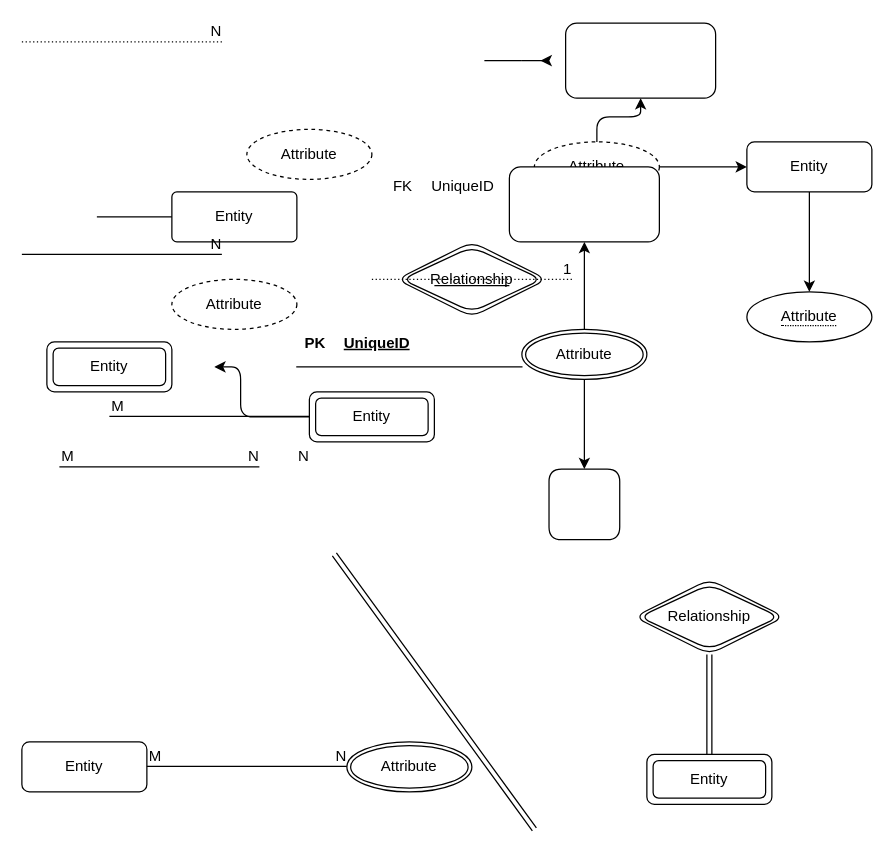
This is diag1.drawio from DataCrazyTexan/Projects, a draw.io file, before an edit. Source tidied: cells renumbered, new cells numbered last; positions are measured from the earlier drawing's top-left corner, leaving out a move shared by most shapes. Both pictures are drawn from the tidied source at 125%, with x=0, y=0 at pixel (21, 22).
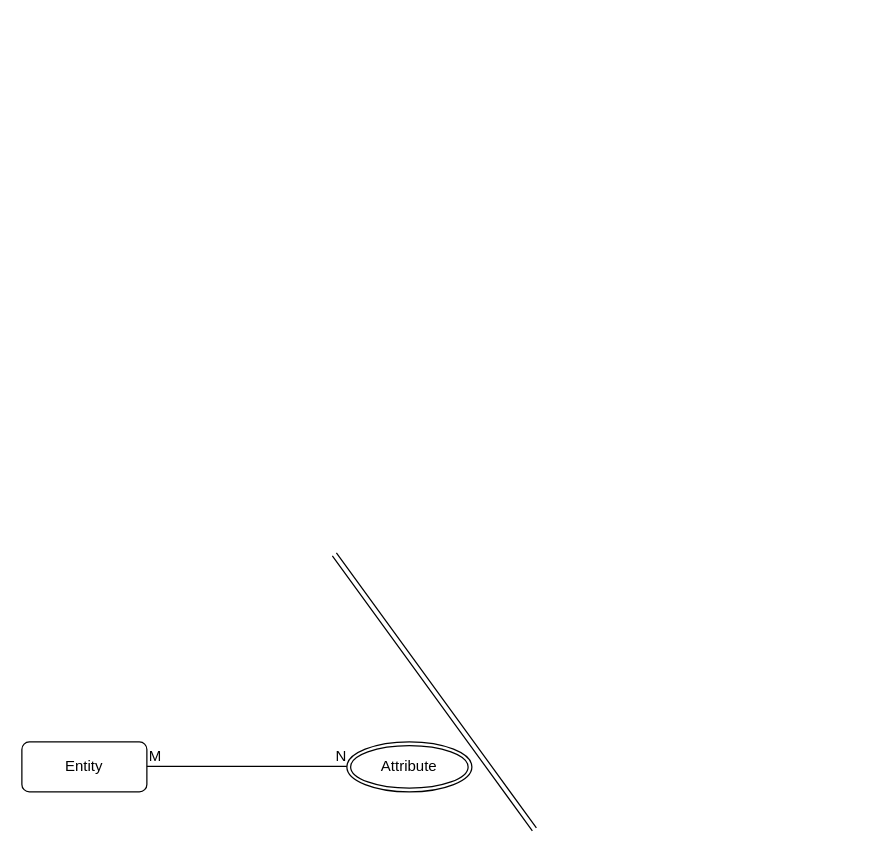
The same page after the edit.

Change to the diagram source:
```diff
@@
-    <mxCell id="2" value="Relationship" style="shape=rhombus;double=1;perimeter=rhombusPerimeter;whiteSpace=wrap;html=1;align=center;rounded=1;" parent="1" vertex="1">
-      <mxGeometry x="300" y="175" width="120" height="60" as="geometry" />
-    </mxCell>
-    <mxCell id="3" value="&lt;span style=&quot;border-bottom: 1px dotted&quot;&gt;Attribute&lt;/span&gt;" style="ellipse;whiteSpace=wrap;html=1;align=center;rounded=1;" parent="1" vertex="1">
-      <mxGeometry x="580" y="215" width="100" height="40" as="geometry" />
-    </mxCell>
-    <mxCell id="4" style="edgeStyle=orthogonalEdgeStyle;jettySize=auto;html=1;" parent="1" edge="1" source="6" target="13">
-      <mxGeometry relative="1" as="geometry" />
-    </mxCell>
-    <mxCell id="5" style="edgeStyle=orthogonalEdgeStyle;rounded=1;jettySize=auto;html=1;" parent="1" edge="1" source="6" target="34">
-      <mxGeometry relative="1" as="geometry" />
-    </mxCell>
-    <mxCell id="6" value="Attribute" style="ellipse;whiteSpace=wrap;html=1;align=center;dashed=1;rounded=1;" parent="1" vertex="1">
-      <mxGeometry x="410" y="95" width="100" height="40" as="geometry" />
-    </mxCell>
-    <mxCell id="7" value="Attribute" style="ellipse;whiteSpace=wrap;html=1;align=center;dashed=1;rounded=1;" parent="1" vertex="1">
-      <mxGeometry x="180" y="85" width="100" height="40" as="geometry" />
-    </mxCell>
-    <mxCell id="8" value="Attribute" style="ellipse;whiteSpace=wrap;html=1;align=center;dashed=1;rounded=1;" parent="1" vertex="1">
-      <mxGeometry x="120" y="205" width="100" height="40" as="geometry" />
-    </mxCell>
-    <mxCell id="9" style="edgeStyle=orthogonalEdgeStyle;jettySize=auto;html=1;targetPerimeterSpacing=34;" parent="1" edge="1" source="10" target="35">
-      <mxGeometry relative="1" as="geometry" />
-    </mxCell>
-    <mxCell id="10" value="Entity" style="shape=ext;margin=3;double=1;whiteSpace=wrap;html=1;align=center;rounded=1;" parent="1" vertex="1">
-      <mxGeometry x="230" y="295" width="100" height="40" as="geometry" />
-    </mxCell>
-    <mxCell id="11" value="Entity" style="arcSize=10;whiteSpace=wrap;html=1;align=center;rounded=1;" parent="1" vertex="1">
-      <mxGeometry x="120" y="135" width="100" height="40" as="geometry" />
-    </mxCell>
-    <mxCell id="12" style="edgeStyle=orthogonalEdgeStyle;jettySize=auto;html=1;" parent="1" edge="1" source="13" target="3">
-      <mxGeometry relative="1" as="geometry" />
-    </mxCell>
-    <mxCell id="13" value="Entity" style="whiteSpace=wrap;html=1;align=center;points=[[0,0,0,0,0],[0,0.25,0,0,0],[0,0.5,0,0,0],[0,0.75,0,0,0],[0,1,0,0,0],[0.25,0,0,0,0],[0.25,1,0,0,0],[0.5,0,0,0,0],[0.5,1,0,0,0],[0.75,0,0,0,0],[0.75,1,0,0,0],[1,0,0,0,0],[1,0.25,0,0,0],[1,0.5,0,0,0],[1,0.75,0,0,0],[1,1,0,0,0]];rounded=1;" parent="1" vertex="1">
-      <mxGeometry x="580" y="95" width="100" height="40" as="geometry" />
-    </mxCell>
-    <mxCell id="14" style="edgeStyle=orthogonalEdgeStyle;rounded=1;jettySize=auto;html=1;" parent="1" edge="1" source="16" target="36">
-      <mxGeometry relative="1" as="geometry" />
-    </mxCell>
-    <mxCell id="15" style="edgeStyle=orthogonalEdgeStyle;rounded=1;jettySize=auto;html=1;" parent="1" edge="1" source="16" target="37">
-      <mxGeometry relative="1" as="geometry" />
-    </mxCell>
-    <mxCell id="16" value="Attribute" style="ellipse;shape=doubleEllipse;margin=3;whiteSpace=wrap;html=1;align=center;rounded=1;" parent="1" vertex="1">
-      <mxGeometry x="400" y="245" width="100" height="40" as="geometry" />
-    </mxCell>
-    <mxCell id="17" style="edgeStyle=orthogonalEdgeStyle;jettySize=auto;html=1;targetPerimeterSpacing=34;" parent="1" edge="1" source="18" target="34">
-      <mxGeometry relative="1" as="geometry" />
-    </mxCell>
-    <mxCell id="18" style="line;strokeWidth=1;dashed=0;labelPosition=right;align=left;verticalAlign=middle;spacingTop=0;spacingLeft=6;points=[];portConstraint=eastwest;rounded=1;" parent="1" vertex="1">
-      <mxGeometry x="370" y="25" width="30" height="10" as="geometry" />
-    </mxCell>
-    <mxCell id="19" style="shape=table;startSize=0;childLayout=tableLayout;rowLines=0;fontStyle=0;align=center;strokeColor=none;fillColor=none;rounded=1;arcSize=0;" parent="1" vertex="1">
-      <mxGeometry x="290" y="115" width="180" height="30" as="geometry" />
-    </mxCell>
-    <mxCell id="20" style="shape=tableRow;horizontal=0;startSize=0;swimlaneHead=0;swimlaneBody=0;fillColor=none;top=0;left=0;right=0;bottom=0;rounded=1;" parent="19" vertex="1">
-      <mxGeometry width="180" height="30" as="geometry" />
-    </mxCell>
-    <mxCell id="21" value="FK" style="shape=partialRectangle;fillColor=none;top=0;left=0;bottom=0;right=0;fontStyle=0;overflow=hidden;rounded=1;" parent="20" vertex="1">
-      <mxGeometry width="30" height="30" as="geometry" />
-    </mxCell>
-    <mxCell id="22" value="UniqueID" style="shape=partialRectangle;fillColor=none;top=0;left=0;bottom=0;right=0;align=left;spacingLeft=6;fontStyle=0;overflow=hidden;rounded=1;" parent="20" vertex="1">
-      <mxGeometry x="30" width="150" height="30" as="geometry" />
-    </mxCell>
-    <mxCell id="23" style="shape=table;startSize=0;childLayout=tableLayout;rowLines=0;fontStyle=0;align=center;strokeColor=none;fillColor=none;rounded=1;" parent="1" vertex="1">
-      <mxGeometry x="220" y="235" width="180" height="40" as="geometry" />
-    </mxCell>
-    <mxCell id="24" style="shape=tableRow;horizontal=0;startSize=0;swimlaneHead=0;swimlaneBody=0;fillColor=none;top=0;left=0;right=0;bottom=1;rounded=1;" parent="23" vertex="1">
-      <mxGeometry width="180" height="40" as="geometry" />
-    </mxCell>
-    <mxCell id="25" value="PK" style="shape=partialRectangle;fillColor=none;top=0;left=0;bottom=0;right=0;fontStyle=1;overflow=hidden;rounded=1;" parent="24" vertex="1">
-      <mxGeometry width="30" height="40" as="geometry" />
-    </mxCell>
-    <mxCell id="26" value="UniqueID" style="shape=partialRectangle;fillColor=none;top=0;left=0;bottom=0;right=0;align=left;spacingLeft=6;fontStyle=5;overflow=hidden;rounded=1;" parent="24" vertex="1">
-      <mxGeometry x="30" width="150" height="40" as="geometry" />
-    </mxCell>
-    <mxCell id="27" style="endArrow=none;html=1;dashed=1;dashPattern=1 2;" parent="1" edge="1">
-      <mxGeometry relative="1" as="geometry">
-        <mxPoint y="15" as="sourcePoint" />
-        <mxPoint x="160" y="15" as="targetPoint" />
-      </mxGeometry>
-    </mxCell>
-    <mxCell id="28" value="N" style="html=1;align=right;verticalAlign=bottom;rounded=1;" parent="27" vertex="1">
-      <mxGeometry x="1" relative="1" as="geometry" />
-    </mxCell>
-    <mxCell id="29" style="endArrow=none;html=1;dashed=1;dashPattern=1 2;" parent="1" edge="1">
-      <mxGeometry relative="1" as="geometry">
-        <mxPoint x="280" y="205" as="sourcePoint" />
-        <mxPoint x="440" y="205" as="targetPoint" />
-      </mxGeometry>
-    </mxCell>
-    <mxCell id="30" value="1" style="html=1;align=right;verticalAlign=bottom;rounded=1;" parent="29" vertex="1">
-      <mxGeometry x="1" relative="1" as="geometry" />
-    </mxCell>
-    <mxCell id="31" style="endArrow=none;html=1;targetPerimeterSpacing=34;" parent="1" edge="1">
-      <mxGeometry relative="1" as="geometry">
-        <mxPoint x="70" y="314.5" as="sourcePoint" />
-        <mxPoint x="230" y="314.5" as="targetPoint" />
-      </mxGeometry>
-    </mxCell>
-    <mxCell id="32" value="M" style="html=1;align=left;verticalAlign=bottom;rounded=1;" parent="31" vertex="1">
-      <mxGeometry x="-1" relative="1" as="geometry" />
-    </mxCell>
-    <mxCell id="33" value="N" style="html=1;align=right;verticalAlign=bottom;rounded=1;" parent="31" vertex="1">
-      <mxGeometry x="1" relative="1" as="geometry">
-        <mxPoint y="40" as="offset" />
-      </mxGeometry>
-    </mxCell>
-    <mxCell id="34" style="whiteSpace=wrap;html=1;align=left;strokeWidth=1;spacingTop=0;dashed=0;spacingLeft=6;rounded=1;" parent="1" vertex="1">
-      <mxGeometry x="435" width="120" height="60" as="geometry" />
-    </mxCell>
-    <mxCell id="35" value="Entity" style="shape=ext;margin=3;double=1;whiteSpace=wrap;html=1;align=center;rounded=1;" parent="1" vertex="1">
-      <mxGeometry x="20" y="255" width="100" height="40" as="geometry" />
-    </mxCell>
-    <mxCell id="36" style="whiteSpace=wrap;html=1;rounded=1;" parent="1" vertex="1">
-      <mxGeometry x="390" y="115" width="120" height="60" as="geometry" />
-    </mxCell>
-    <mxCell id="37" style="rhombus;whiteSpace=wrap;html=1;rounded=1;rotation=45;" parent="1" vertex="1">
-      <mxGeometry x="410" y="345" width="80" height="80" as="geometry" />
-    </mxCell>
-    <mxCell id="38" style="line;strokeWidth=1;dashed=0;labelPosition=right;align=left;verticalAlign=middle;spacingTop=0;spacingLeft=6;rounded=1;" parent="1" vertex="1">
-      <mxGeometry x="330" y="205" width="60" height="10" as="geometry" />
-    </mxCell>
-    <mxCell id="39" style="line;strokeWidth=1;dashed=0;labelPosition=right;align=left;verticalAlign=middle;spacingTop=0;spacingLeft=6;rounded=1;" parent="1" vertex="1">
-      <mxGeometry x="60" y="150" width="60" height="10" as="geometry" />
-    </mxCell>
-    <mxCell id="40" style="endArrow=none;html=1;rounded=0;" parent="1" edge="1">
-      <mxGeometry relative="1" as="geometry">
-        <mxPoint y="185" as="sourcePoint" />
-        <mxPoint x="160" y="185" as="targetPoint" />
-      </mxGeometry>
-    </mxCell>
-    <mxCell id="41" value="N" style="html=1;align=right;verticalAlign=bottom;rounded=1;" parent="40" vertex="1">
-      <mxGeometry x="1" relative="1" as="geometry" />
-    </mxCell>
-    <mxCell id="42" style="endArrow=none;html=1;rounded=0;" parent="1" edge="1">
-      <mxGeometry relative="1" as="geometry">
-        <mxPoint x="30" y="355" as="sourcePoint" />
-        <mxPoint x="190" y="355" as="targetPoint" />
-      </mxGeometry>
-    </mxCell>
-    <mxCell id="43" value="M" style="html=1;align=left;verticalAlign=bottom;rounded=1;" parent="42" vertex="1">
-      <mxGeometry x="-1" relative="1" as="geometry" />
-    </mxCell>
-    <mxCell id="44" value="N" style="html=1;align=right;verticalAlign=bottom;rounded=1;" parent="42" vertex="1">
-      <mxGeometry x="1" relative="1" as="geometry" />
-    </mxCell>
@@
-    <mxCell id="46" value="Entity" style="shape=ext;margin=3;double=1;whiteSpace=wrap;html=1;align=center;rounded=1;" parent="1" vertex="1">
-      <mxGeometry x="500" y="585" width="100" height="40" as="geometry" />
-    </mxCell>
-    <mxCell id="47" style="edgeStyle=orthogonalEdgeStyle;shape=link;rounded=1;jettySize=auto;html=1;" parent="1" edge="1" source="48" target="46">
-      <mxGeometry relative="1" as="geometry" />
-    </mxCell>
-    <mxCell id="48" value="Relationship" style="shape=rhombus;double=1;perimeter=rhombusPerimeter;whiteSpace=wrap;html=1;align=center;rounded=1;" parent="1" vertex="1">
-      <mxGeometry x="490" y="445" width="120" height="60" as="geometry" />
-    </mxCell>
```
